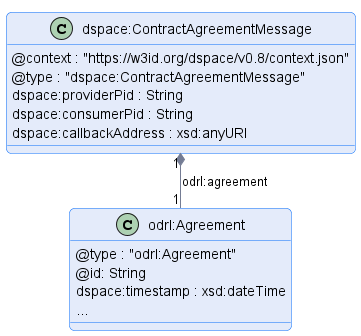
International-Data-Spaces-Association/ids-specification keeps this PlantUML diagram as negotiation/message/diagram/contract-agreement-message.png. Above is the earlier version.
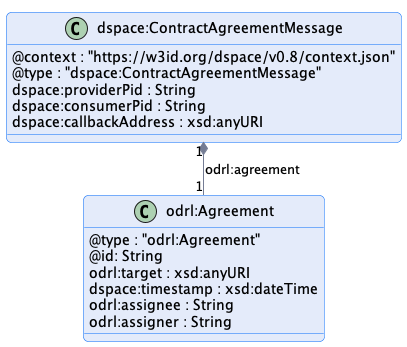
The same diagram one commit later.

Commit message:
replace providerId/consumerId with odrl:assigner / odrl:assignee

What changed in the source:
```diff
@@ -17,8 +17,10 @@
 class odrl:Agreement {
     @type : "odrl:Agreement"
     @id: String
+    odrl:target : xsd:anyURI
     dspace:timestamp : xsd:dateTime
-    ...
+    odrl:assignee : String
+    odrl:assigner : String
 }
 
 "dspace:ContractAgreementMessage" "1" *-- "1" "odrl:Agreement" : "odrl:agreement"
```
